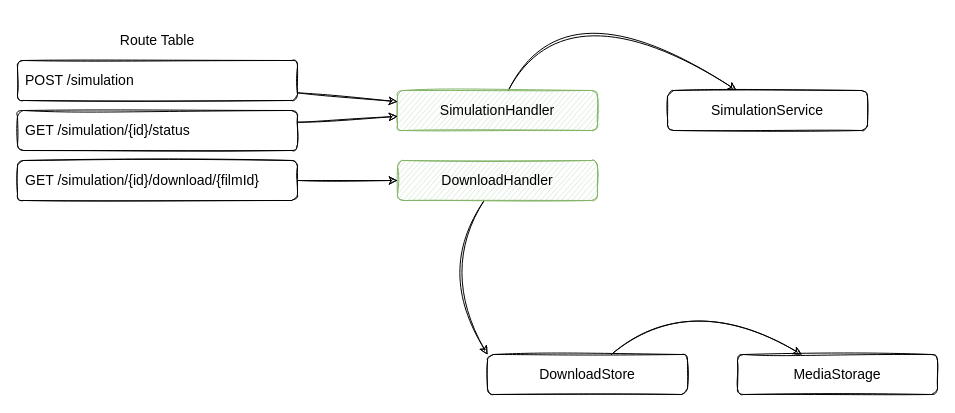
The draw.io diagram micro-galaxy.drawio in estrondo/micro-galaxy-docs, before the edit. Source tidied: cells renumbered, new cells numbered last; positions are measured from the earlier drawing's top-left corner, leaving out a move shared by most shapes. Both pictures are drawn from the tidied source at 100%, with x=0, y=0 at pixel (17, -20).
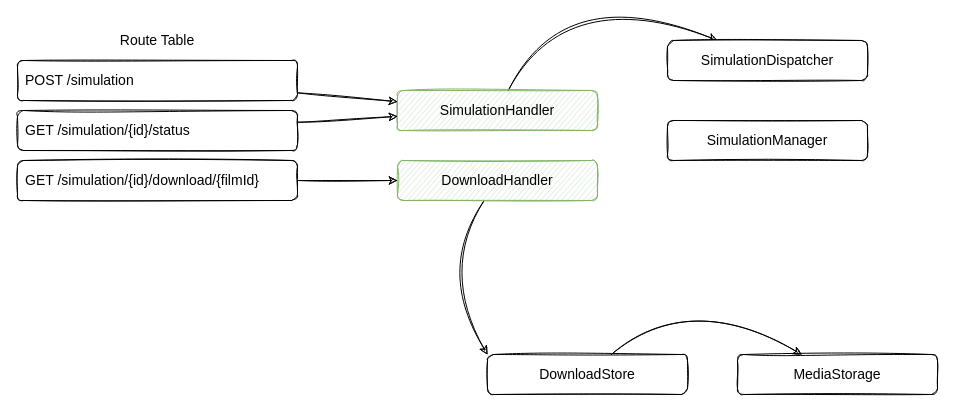
Above is the later version.

The edit, as a diff of the source:
```diff
@@
-    <mxCell id="14" value="SimulationService" style="rounded=1;whiteSpace=wrap;html=1;sketch=1;fontSize=14;" parent="1" vertex="1">
-      <mxGeometry x="650" y="110" width="200" height="40" as="geometry" />
+    <mxCell id="14" value="SimulationDispatcher" style="rounded=1;whiteSpace=wrap;html=1;sketch=1;fontSize=14;" parent="1" vertex="1">
+      <mxGeometry x="650" y="60" width="200" height="40" as="geometry" />
     </mxCell>
@@
+    <mxCell id="17" value="&lt;div&gt;SimulationManager&lt;/div&gt;" style="rounded=1;whiteSpace=wrap;html=1;sketch=1;fontSize=14;" parent="1" vertex="1">
+      <mxGeometry x="650" y="140" width="200" height="40" as="geometry" />
+    </mxCell>
```
